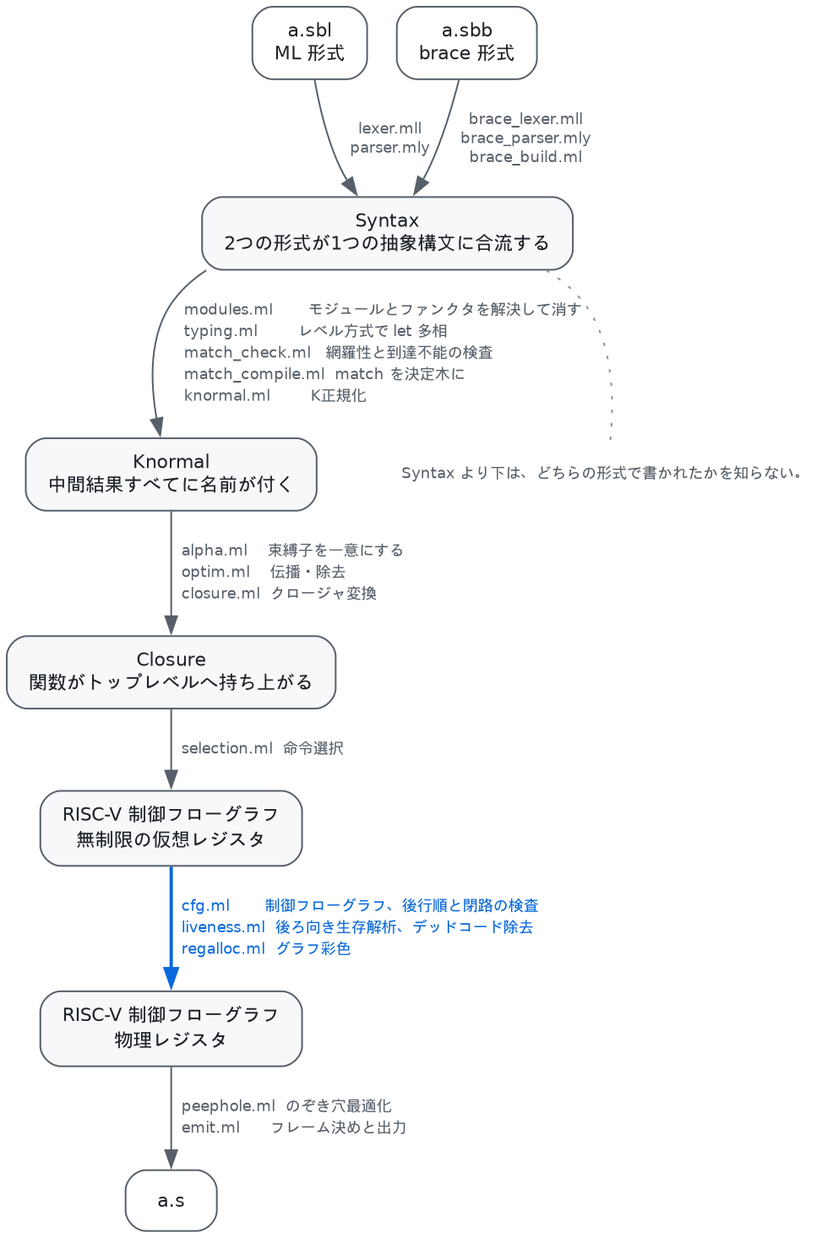
Above: Sable/compiler/doc/figures/pipeline.png in aita/CompLab (Graphviz), before the change. Its source is kept beside it as Sable/compiler/doc/figures/pipeline.dot.
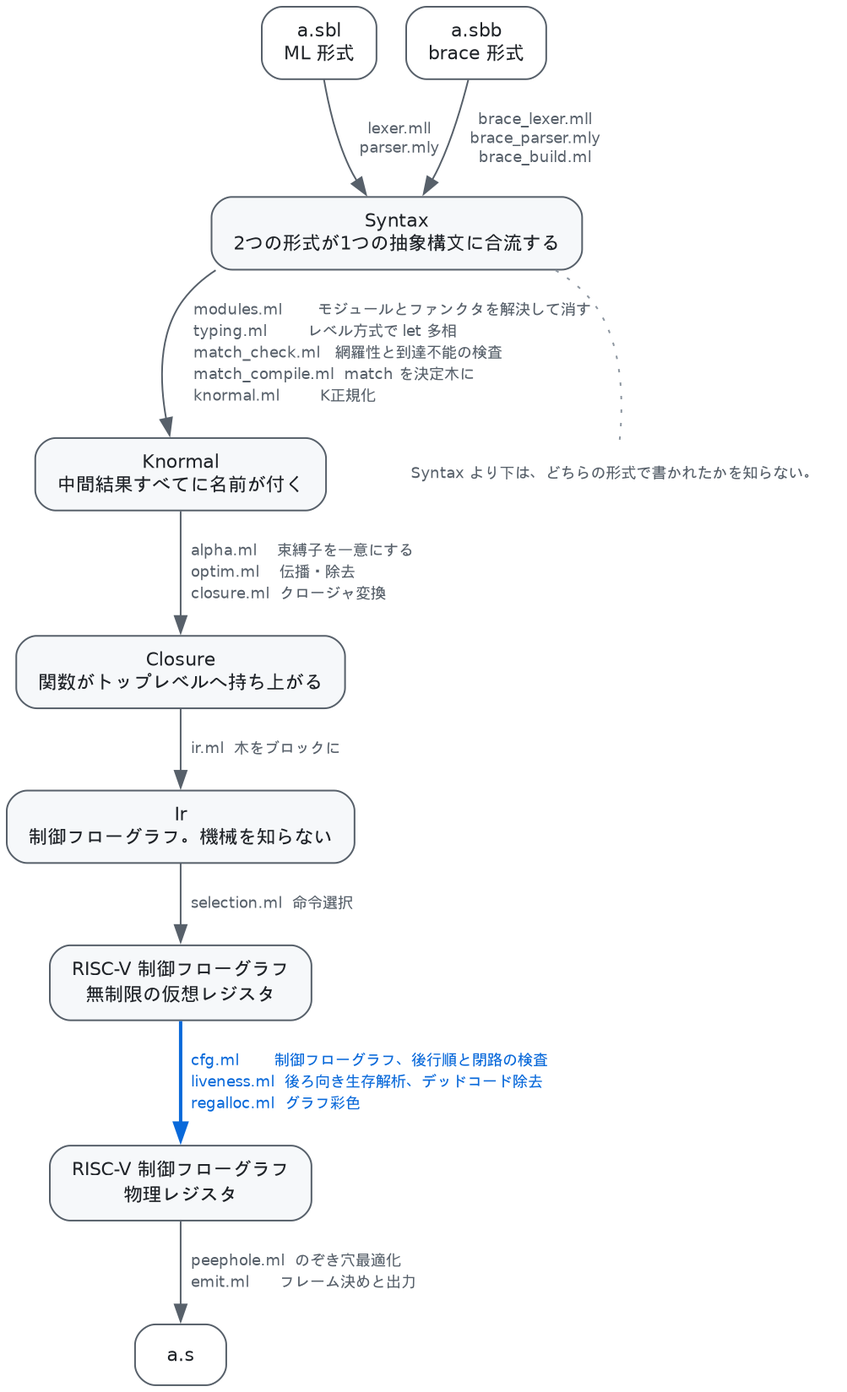
After the change.

Change to the diagram source:
```diff
@@ -14,6 +14,7 @@
   syntax  [label = "Syntax\n2つの形式が1つの抽象構文に合流する"];
   knf     [label = "Knormal\n中間結果すべてに名前が付く"];
   closure [label = "Closure\n関数がトップレベルへ持ち上がる"];
+  graph_ir [label = "Ir\n制御フローグラフ。機械を知らない"];
   virtual [label = "RISC-V 制御フローグラフ\n無制限の仮想レジスタ"];
   machine [label = "RISC-V 制御フローグラフ\n物理レジスタ"];
   asm     [label = "a.s", fillcolor = "#ffffff"];
@@ -31,7 +32,9 @@
 optim.ml    伝播・除去\l  \
 closure.ml  クロージャ変換\l"];
 
-  closure -> virtual [label = "  selection.ml  命令選択"];
+  closure -> graph_ir [label = "  ir.ml  木をブロックに"];
+
+  graph_ir -> virtual [label = "  selection.ml  命令選択"];
 
   virtual -> machine [label = "  cfg.ml       制御フローグラフ、後行順と閉路の検査\l  \
 liveness.ml  後ろ向き生存解析、デッドコード除去\l  \
```
